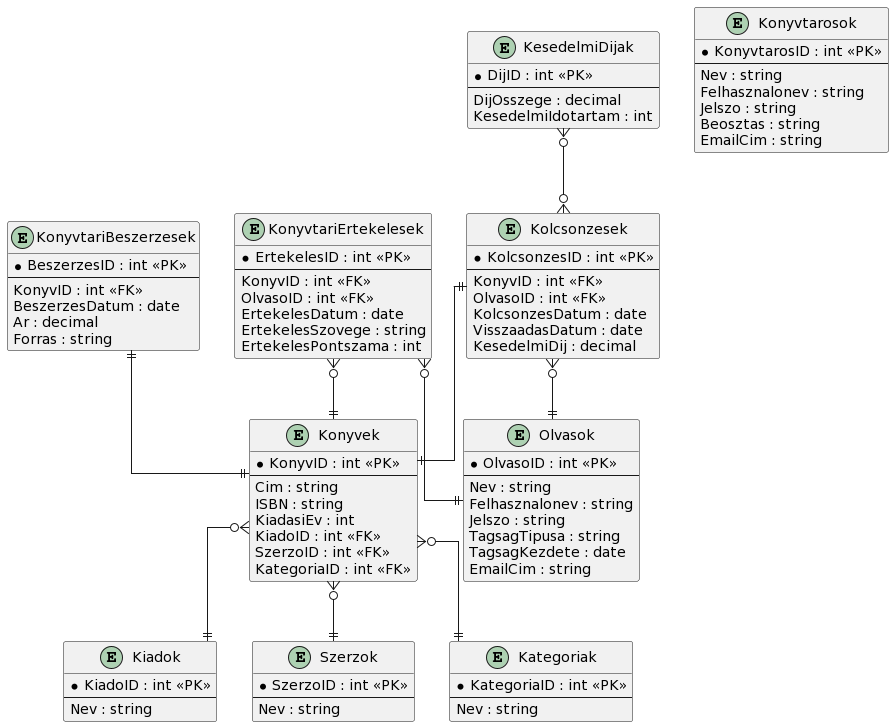
Earlier version of the PlantUML export LibraryDb.png (FetterDavid/LibraryApplication).
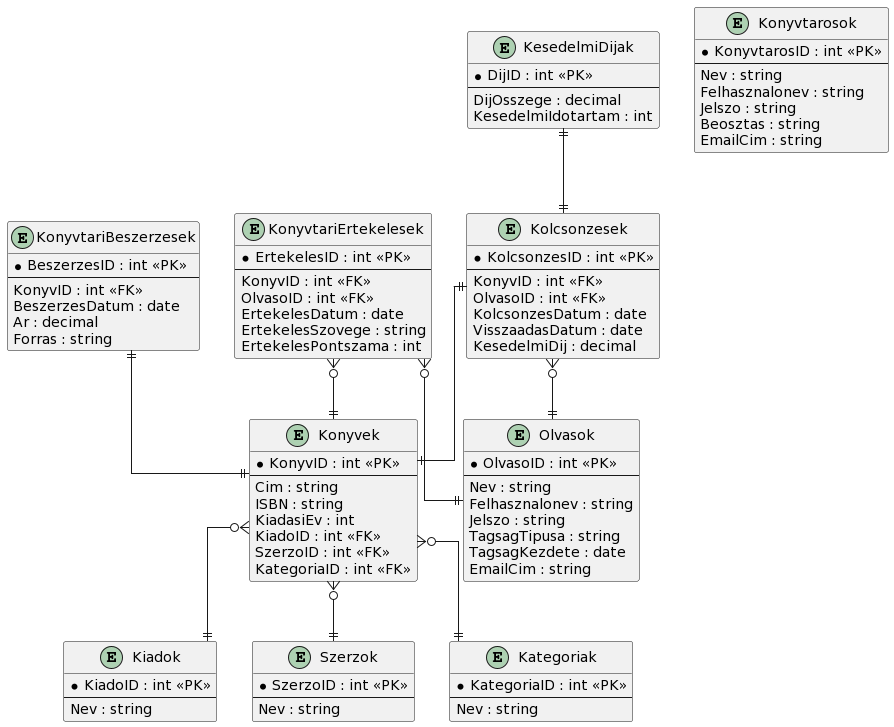
Later version of the same file.

What changed in the source:
```diff
@@ -93,7 +93,7 @@
 Books }o--|| Categories
 Loans ||--|| Books
 Loans }o--|| Readers
-LateFees }o--o{ Loans
+LateFees ||--|| Loans
 LibraryAcquisitions ||--|| Books
 LibraryReviews }o--|| Books
 LibraryReviews }o--|| Readers
```
